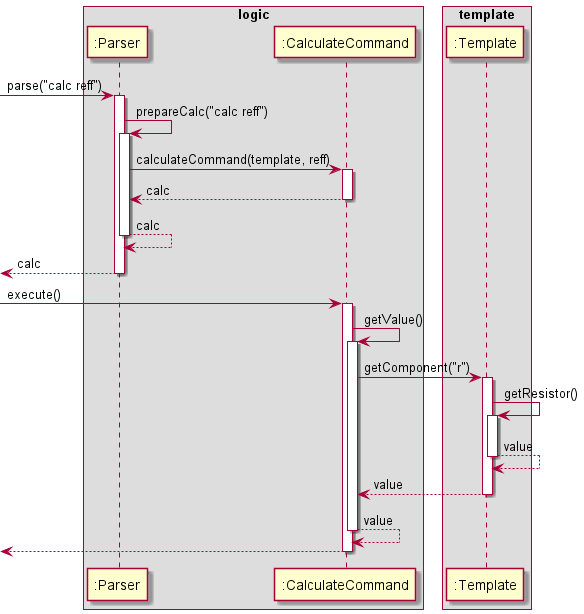
Before: docs/diagrams/CalcReffSequenceDiagram.png, a diagram exported from PlantUML (sevenseasofbri/tp).
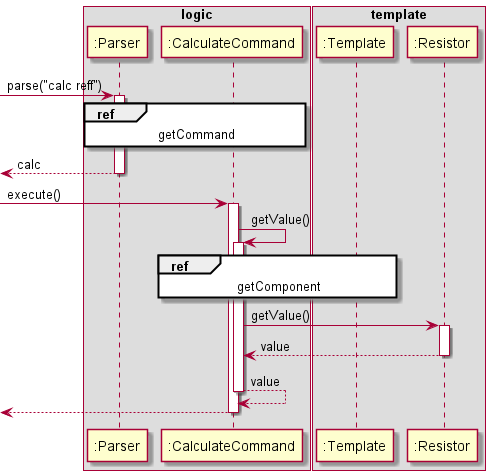
The same diagram one commit later.

Change to the diagram source:
```diff
@@ -6,22 +6,13 @@
 
 box template
 participant ":Template" as Template
+participant ":Resistor" as Resistor
 end box
 
 [-> Parser : parse("calc reff")
 activate Parser
 
-Parser -> Parser : prepareCalc("calc reff")
-activate Parser
-
-Parser -> CalculateCommand : calculateCommand(template, reff)
-activate CalculateCommand
-
-Parser <-- CalculateCommand : calc
-deactivate CalculateCommand
-
-Parser <-- Parser: calc
-deactivate Parser
+ref over Parser, CalculateCommand : getCommand
 
 [<-- Parser : calc
 deactivate Parser
@@ -32,17 +23,13 @@
 CalculateCommand -> CalculateCommand : getValue()
 activate CalculateCommand
 
-CalculateCommand -> Template : getComponent("r")
-activate Template
+ref over CalculateCommand, Template : getComponent
 
-Template -> Template : getResistor()
-activate Template
+CalculateCommand -> Resistor : getValue()
+activate Resistor
 
-Template <-- Template : value
-deactivate Template
-
-CalculateCommand <-- Template : value
-deactivate Template
+CalculateCommand <-- Resistor : value
+deactivate Resistor
 
 CalculateCommand <-- CalculateCommand : value
 deactivate CalculateCommand
```
